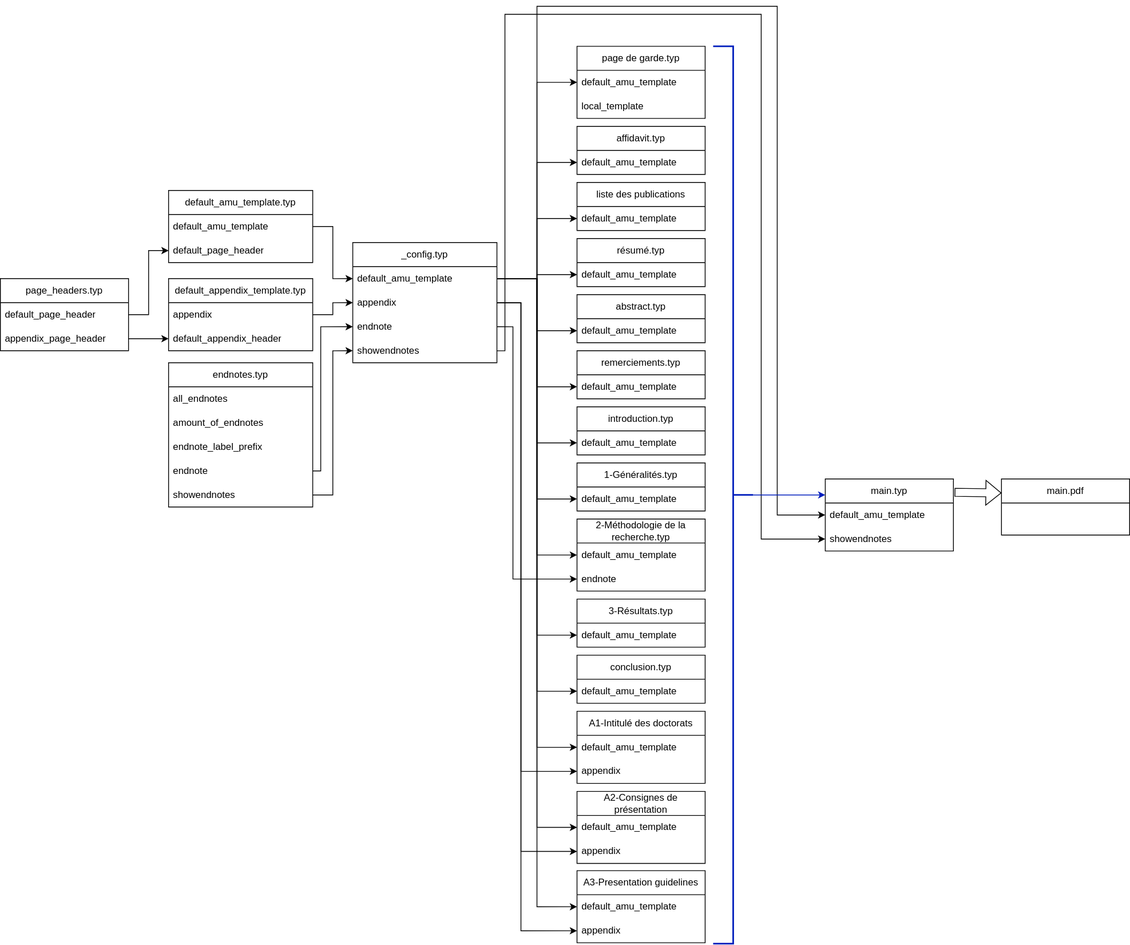
Before: drawio_diagrams/dependancies.drawio.svg, a diagram exported from draw.io (pbag47/typst-modele-these-amu). Source tidied: cells renumbered, new cells last; positions are measured from the earlier drawing's top-left corner, leaving out a move shared by most shapes.
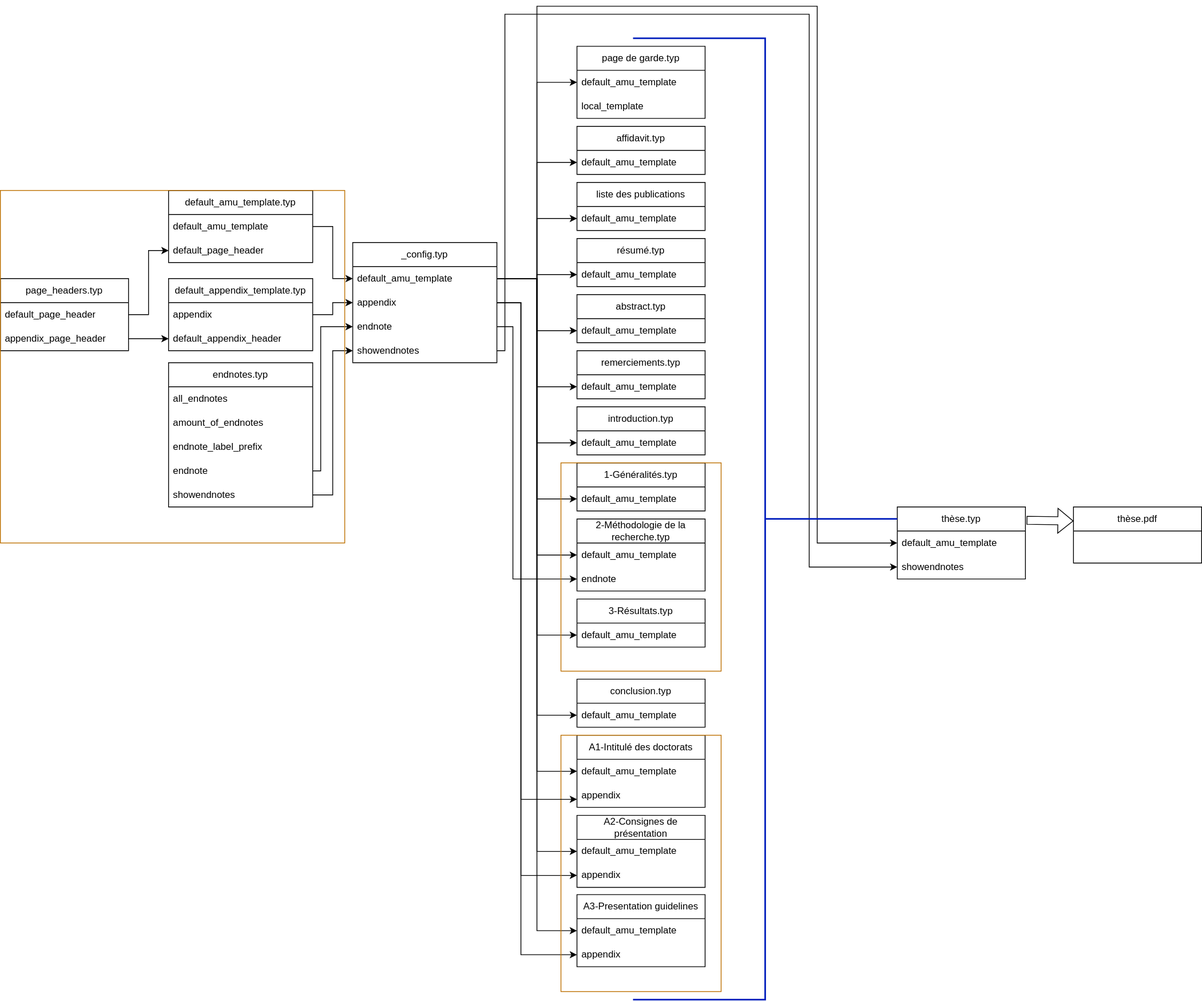
The same diagram one commit later.

What changed in the source:
```diff
@@ -144,13 +144,13 @@
       <mxGeometry y="30" width="160" height="30" as="geometry" />
     </mxCell>
     <mxCell id="49" value="conclusion.typ" style="swimlane;fontStyle=0;horizontal=1;startSize=30;whiteSpace=wrap;html=1;" parent="1" vertex="1">
-      <mxGeometry x="720" y="810" width="160" height="60" as="geometry" />
+      <mxGeometry x="720" y="840" width="160" height="60" as="geometry" />
     </mxCell>
     <mxCell id="50" value="default_amu_template" style="text;strokeColor=none;fillColor=none;align=left;verticalAlign=middle;spacingLeft=4;spacingRight=4;overflow=hidden;points=[[0,0.5],[1,0.5]];portConstraint=eastwest;whiteSpace=wrap;html=1;" parent="49" vertex="1">
       <mxGeometry y="30" width="160" height="30" as="geometry" />
     </mxCell>
     <mxCell id="51" value="A1-Intitulé des doctorats" style="swimlane;fontStyle=0;horizontal=1;startSize=30;whiteSpace=wrap;html=1;" parent="1" vertex="1">
-      <mxGeometry x="720" y="880" width="160" height="90" as="geometry" />
+      <mxGeometry x="720" y="910" width="160" height="90" as="geometry" />
     </mxCell>
     <mxCell id="52" value="default_amu_template" style="text;strokeColor=none;fillColor=none;align=left;verticalAlign=middle;spacingLeft=4;spacingRight=4;overflow=hidden;points=[[0,0.5],[1,0.5]];portConstraint=eastwest;whiteSpace=wrap;html=1;" parent="51" vertex="1">
       <mxGeometry y="30" width="160" height="30" as="geometry" />
@@ -159,7 +159,7 @@
       <mxGeometry y="60" width="160" height="30" as="geometry" />
     </mxCell>
     <mxCell id="54" value="A2-Consignes de présentation" style="swimlane;fontStyle=0;horizontal=1;startSize=30;whiteSpace=wrap;html=1;" parent="1" vertex="1">
-      <mxGeometry x="720" y="980" width="160" height="90" as="geometry" />
+      <mxGeometry x="720" y="1010" width="160" height="90" as="geometry" />
     </mxCell>
     <mxCell id="55" value="default_amu_template" style="text;strokeColor=none;fillColor=none;align=left;verticalAlign=middle;spacingLeft=4;spacingRight=4;overflow=hidden;points=[[0,0.5],[1,0.5]];portConstraint=eastwest;whiteSpace=wrap;html=1;" parent="54" vertex="1">
       <mxGeometry y="30" width="160" height="30" as="geometry" />
@@ -168,7 +168,7 @@
       <mxGeometry y="60" width="160" height="30" as="geometry" />
     </mxCell>
     <mxCell id="57" value="A3-Presentation guidelines" style="swimlane;fontStyle=0;horizontal=1;startSize=30;whiteSpace=wrap;html=1;" parent="1" vertex="1">
-      <mxGeometry x="720" y="1079" width="160" height="90" as="geometry" />
+      <mxGeometry x="720" y="1109" width="160" height="90" as="geometry" />
     </mxCell>
     <mxCell id="58" value="default_amu_template" style="text;strokeColor=none;fillColor=none;align=left;verticalAlign=middle;spacingLeft=4;spacingRight=4;overflow=hidden;points=[[0,0.5],[1,0.5]];portConstraint=eastwest;whiteSpace=wrap;html=1;" parent="57" vertex="1">
       <mxGeometry y="30" width="160" height="30" as="geometry" />
@@ -183,13 +183,28 @@
       <mxGeometry relative="1" as="geometry" />
     </mxCell>
     <mxCell id="62" style="edgeStyle=orthogonalEdgeStyle;rounded=0;jettySize=auto;html=1;exitX=1;exitY=0.5;exitDx=0;exitDy=0;entryX=0;entryY=0.5;entryDx=0;entryDy=0;" parent="1" edge="1" source="20" target="58">
-      <mxGeometry relative="1" as="geometry" />
+      <mxGeometry relative="1" as="geometry">
+        <Array as="points">
+          <mxPoint x="670" y="340" />
+          <mxPoint x="670" y="1154" />
+        </Array>
+      </mxGeometry>
     </mxCell>
     <mxCell id="63" style="edgeStyle=orthogonalEdgeStyle;rounded=0;jettySize=auto;html=1;exitX=1;exitY=0.5;exitDx=0;exitDy=0;entryX=0;entryY=0.5;entryDx=0;entryDy=0;" parent="1" edge="1" source="20" target="55">
-      <mxGeometry relative="1" as="geometry" />
+      <mxGeometry relative="1" as="geometry">
+        <Array as="points">
+          <mxPoint x="670" y="340" />
+          <mxPoint x="670" y="1055" />
+        </Array>
+      </mxGeometry>
     </mxCell>
     <mxCell id="64" style="edgeStyle=orthogonalEdgeStyle;rounded=0;jettySize=auto;html=1;exitX=1;exitY=0.5;exitDx=0;exitDy=0;entryX=0;entryY=0.5;entryDx=0;entryDy=0;" parent="1" edge="1" source="20" target="52">
-      <mxGeometry relative="1" as="geometry" />
+      <mxGeometry relative="1" as="geometry">
+        <Array as="points">
+          <mxPoint x="670" y="340" />
+          <mxPoint x="670" y="955" />
+        </Array>
+      </mxGeometry>
     </mxCell>
     <mxCell id="65" style="edgeStyle=orthogonalEdgeStyle;rounded=0;jettySize=auto;html=1;exitX=1;exitY=0.5;exitDx=0;exitDy=0;entryX=0;entryY=0.5;entryDx=0;entryDy=0;" parent="1" edge="1" source="20" target="50">
       <mxGeometry relative="1" as="geometry" />
@@ -219,23 +234,15 @@
       <mxGeometry relative="1" as="geometry">
         <Array as="points">
           <mxPoint x="650" y="370" />
-          <mxPoint x="650" y="1055" />
+          <mxPoint x="650" y="1085" />
         </Array>
       </mxGeometry>
     </mxCell>
-    <mxCell id="74" style="edgeStyle=orthogonalEdgeStyle;rounded=0;jettySize=auto;html=1;exitX=1;exitY=0.5;exitDx=0;exitDy=0;entryX=0;entryY=0.5;entryDx=0;entryDy=0;" parent="1" edge="1" source="21" target="53">
-      <mxGeometry relative="1" as="geometry">
-        <Array as="points">
-          <mxPoint x="650" y="370" />
-          <mxPoint x="650" y="955" />
-        </Array>
-      </mxGeometry>
-    </mxCell>
     <mxCell id="75" style="edgeStyle=orthogonalEdgeStyle;rounded=0;jettySize=auto;html=1;exitX=1;exitY=0.5;exitDx=0;exitDy=0;entryX=0;entryY=0.5;entryDx=0;entryDy=0;" parent="1" edge="1" source="21" target="59">
       <mxGeometry relative="1" as="geometry">
         <Array as="points">
           <mxPoint x="650" y="370" />
-          <mxPoint x="650" y="1154" />
+          <mxPoint x="650" y="1184" />
         </Array>
       </mxGeometry>
     </mxCell>
@@ -247,8 +254,8 @@
         </Array>
       </mxGeometry>
     </mxCell>
-    <mxCell id="77" value="main.typ" style="swimlane;fontStyle=0;horizontal=1;startSize=30;whiteSpace=wrap;html=1;" parent="1" vertex="1">
-      <mxGeometry x="1030" y="590" width="160" height="90" as="geometry" />
+    <mxCell id="77" value="thèse.typ" style="swimlane;fontStyle=0;horizontal=1;startSize=30;whiteSpace=wrap;html=1;" parent="1" vertex="1">
+      <mxGeometry x="1120" y="625" width="160" height="90" as="geometry" />
     </mxCell>
     <mxCell id="78" value="default_amu_template" style="text;strokeColor=none;fillColor=none;align=left;verticalAlign=middle;spacingLeft=4;spacingRight=4;overflow=hidden;points=[[0,0.5],[1,0.5]];portConstraint=eastwest;whiteSpace=wrap;html=1;" parent="77" vertex="1">
       <mxGeometry y="30" width="160" height="30" as="geometry" />
@@ -261,8 +268,8 @@
         <Array as="points">
           <mxPoint x="670" y="340" />
           <mxPoint x="670" />
-          <mxPoint x="970" />
-          <mxPoint x="970" y="635" />
+          <mxPoint x="1020" />
+          <mxPoint x="1020" y="670" />
         </Array>
       </mxGeometry>
     </mxCell>
@@ -271,24 +278,19 @@
         <Array as="points">
           <mxPoint x="630" y="430" />
           <mxPoint x="630" y="10" />
-          <mxPoint x="950" y="10" />
-          <mxPoint x="950" y="665" />
+          <mxPoint x="1010" y="10" />
+          <mxPoint x="1010" y="700" />
         </Array>
       </mxGeometry>
     </mxCell>
     <mxCell id="82" style="shape=flexArrow;endArrow=classic;html=1;rounded=0;exitX=1.009;exitY=0.186;exitDx=0;exitDy=0;exitPerimeter=0;entryX=0;entryY=0.25;entryDx=0;entryDy=0;" parent="1" edge="1" source="77" target="83">
       <mxGeometry relative="1" as="geometry" />
     </mxCell>
-    <mxCell id="83" value="main.pdf" style="swimlane;fontStyle=0;horizontal=1;startSize=30;whiteSpace=wrap;html=1;" parent="1" vertex="1">
-      <mxGeometry x="1250" y="590" width="160" height="70" as="geometry" />
+    <mxCell id="83" value="thèse.pdf" style="swimlane;fontStyle=0;horizontal=1;startSize=30;whiteSpace=wrap;html=1;" parent="1" vertex="1">
+      <mxGeometry x="1340" y="625" width="160" height="70" as="geometry" />
     </mxCell>
-    <mxCell id="84" style="edgeStyle=orthogonalEdgeStyle;rounded=0;jettySize=auto;html=1;fillColor=#0050ef;strokeColor=#001DBC;" parent="1" edge="1" source="85">
-      <mxGeometry relative="1" as="geometry">
-        <mxPoint x="1030" y="610" as="targetPoint" />
-      </mxGeometry>
-    </mxCell>
     <mxCell id="85" style="strokeWidth=2;html=1;shape=mxgraph.flowchart.annotation_2;align=left;labelPosition=right;rotation=-180;fillColor=#0050ef;fontColor=#ffffff;strokeColor=#001DBC;" parent="1" vertex="1">
-      <mxGeometry x="890" y="50" width="50" height="1120" as="geometry" />
+      <mxGeometry x="790" y="40" width="330" height="1200" as="geometry" />
     </mxCell>
     <mxCell id="86" style="edgeStyle=orthogonalEdgeStyle;rounded=0;jettySize=auto;html=1;entryX=0;entryY=0.5;entryDx=0;entryDy=0;" parent="1" edge="1" source="6" target="22">
       <mxGeometry relative="1" as="geometry">
@@ -301,5 +303,22 @@
     <mxCell id="87" style="edgeStyle=orthogonalEdgeStyle;rounded=0;jettySize=auto;html=1;exitX=1;exitY=0.5;exitDx=0;exitDy=0;entryX=0;entryY=0.5;entryDx=0;entryDy=0;" parent="1" edge="1" source="7" target="23">
       <mxGeometry relative="1" as="geometry" />
     </mxCell>
+    <mxCell id="88" value="&lt;p&gt;&lt;b&gt;&lt;font style=&quot;color: rgb(255, 255, 255);&quot;&gt;Dossier &quot;templates&quot;&lt;/font&gt;&lt;/b&gt;&lt;/p&gt;" style="rounded=0;whiteSpace=wrap;html=1;fillColor=none;fontColor=#000000;strokeColor=#BD7000;verticalAlign=bottom;" parent="1" vertex="1">
+      <mxGeometry y="230" width="430" height="440" as="geometry" />
+    </mxCell>
+    <mxCell id="89" value="&lt;font style=&quot;color: rgb(255, 255, 255);&quot;&gt;&lt;b&gt;Dossier &quot;Annexes&quot;&lt;/b&gt;&lt;/font&gt;" style="rounded=0;whiteSpace=wrap;html=1;fillColor=none;fontColor=#000000;strokeColor=#BD7000;align=center;verticalAlign=bottom;fontFamily=Helvetica;fontSize=12;" parent="1" vertex="1">
+      <mxGeometry x="700" y="910" width="200" height="320" as="geometry" />
+    </mxCell>
+    <mxCell id="90" value="&lt;b&gt;&lt;font style=&quot;color: rgb(255, 255, 255);&quot;&gt;Dossier &quot;Chapitres&quot;&lt;/font&gt;&lt;/b&gt;" style="rounded=0;whiteSpace=wrap;html=1;fillColor=none;fontColor=#000000;strokeColor=#BD7000;verticalAlign=bottom;" parent="1" vertex="1">
+      <mxGeometry x="700" y="570" width="200" height="260" as="geometry" />
+    </mxCell>
+    <mxCell id="91" style="edgeStyle=orthogonalEdgeStyle;rounded=0;jettySize=auto;html=1;exitX=1;exitY=0.5;exitDx=0;exitDy=0;entryX=0.1;entryY=0.25;entryDx=0;entryDy=0;entryPerimeter=0;" parent="1" edge="1" source="21" target="89">
+      <mxGeometry relative="1" as="geometry">
+        <Array as="points">
+          <mxPoint x="650" y="370" />
+          <mxPoint x="650" y="990" />
+        </Array>
+      </mxGeometry>
+    </mxCell>
   </root>
 </mxGraphModel>
```
